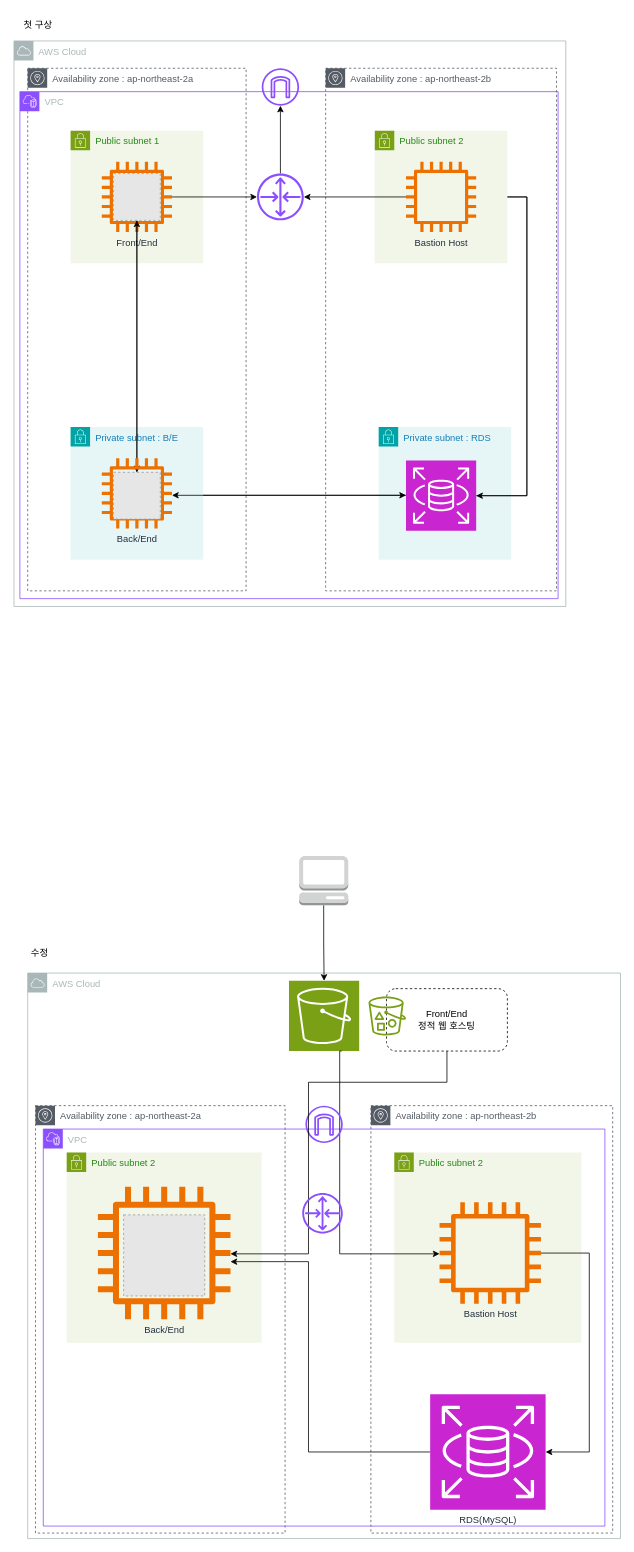
Earlier version of the draw.io diagram 미니프로젝트-3 다이어그램.drawio (moonjichan/sesac_mini_3). Source tidied: cells renumbered, new cells numbered last; positions are measured from the earlier drawing's top-left corner, leaving out a move shared by most shapes. Both pictures are drawn from the tidied source at 78%, with x=0, y=0 at pixel (13, 13). Pictures stored in the file or linked from it are replaced by grey dashed boxes.
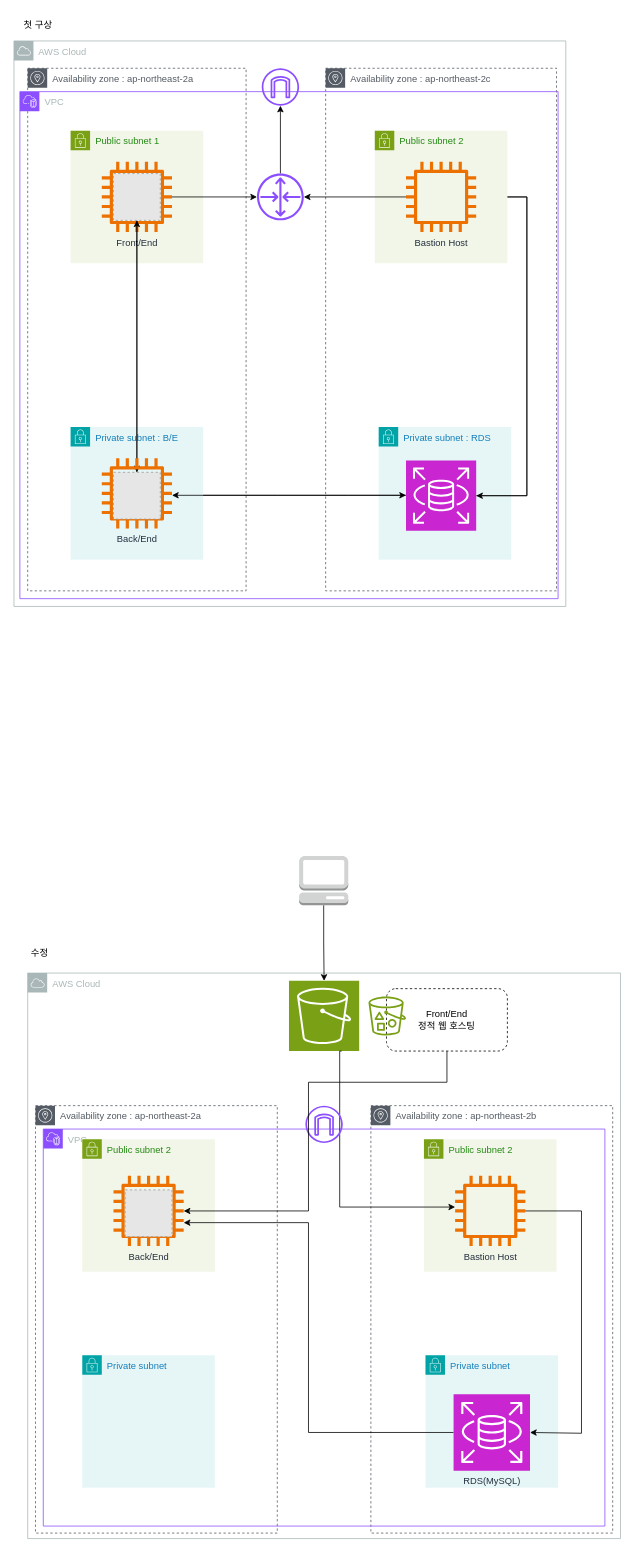
The same diagram, later.

Commit message:
미니프로젝트-3 다이어그램.drawio 업데이트

The change refers to these unchanged cells:
```xml
<mxCell id="36" style="sketch=0;points=[[0,0,0],[0.25,0,0],[0.5,0,0],[0.75,0,0],[1,0,0],[0,1,0],[0.25,1,0],[0.5,1,0],[0.75,1,0],[1,1,0],[0,0.25,0],[0,0.5,0],[0,0.75,0],[1,0.25,0],[1,0.5,0],[1,0.75,0]];outlineConnect=0;fontColor=#232F3E;fillColor=#7AA116;strokeColor=#ffffff;dashed=0;verticalLabelPosition=bottom;verticalAlign=top;align=center;html=1;fontSize=12;fontStyle=0;shape=mxgraph.aws4.resourceIcon;resIcon=mxgraph.aws4.s3;" parent="1" vertex="1">
  <mxGeometry x="353" y="1240" width="90" height="90" as="geometry" />
</mxCell>
<mxCell id="44" value="Front/End&lt;div&gt;정적 웹 호스팅&lt;/div&gt;" style="rounded=1;whiteSpace=wrap;html=1;glass=0;dashed=1;" parent="1" vertex="1">
  <mxGeometry x="478" y="1250" width="155" height="80" as="geometry" />
</mxCell>
```

Change to the diagram source:
```diff
@@
+    <mxCell id="5" value="Availability zone : ap-northeast-2c" style="sketch=0;gradientColor=none;html=1;whiteSpace=wrap;fontSize=12;fontStyle=0;shape=mxgraph.aws4.group;grIcon=mxgraph.aws4.group_availability_zone;strokeColor=#545B64;fillColor=none;verticalAlign=top;align=left;spacingLeft=30;fontColor=#545B64;dashed=1;" parent="1" vertex="1">
+      <mxGeometry x="400" y="70" width="296" height="670" as="geometry" />
+    </mxCell>
+    <mxCell id="4" value="AWS Cloud" style="sketch=0;gradientColor=none;html=1;whiteSpace=wrap;fontSize=12;fontStyle=0;shape=mxgraph.aws4.group;grIcon=mxgraph.aws4.group_aws_cloud;strokeColor=#AAB7B8;fillColor=none;verticalAlign=top;align=left;spacingLeft=30;fontColor=#AAB7B8;dashed=0;" parent="1" vertex="1">
+      <mxGeometry x="18" y="1230" width="760" height="725" as="geometry" />
+    </mxCell>
@@
-    <mxCell id="3" value="Availability zone : ap-northeast-2b" style="sketch=0;gradientColor=none;html=1;whiteSpace=wrap;fontSize=12;fontStyle=0;shape=mxgraph.aws4.group;grIcon=mxgraph.aws4.group_availability_zone;strokeColor=#545B64;fillColor=none;verticalAlign=top;align=left;spacingLeft=30;fontColor=#545B64;dashed=1;" parent="1" vertex="1">
-      <mxGeometry x="458" y="1400" width="310" height="548" as="geometry" />
-    </mxCell>
-    <mxCell id="4" value="AWS Cloud" style="sketch=0;gradientColor=none;html=1;whiteSpace=wrap;fontSize=12;fontStyle=0;shape=mxgraph.aws4.group;grIcon=mxgraph.aws4.group_aws_cloud;strokeColor=#AAB7B8;fillColor=none;verticalAlign=top;align=left;spacingLeft=30;fontColor=#AAB7B8;dashed=0;" parent="1" vertex="1">
-      <mxGeometry x="18" y="1230" width="760" height="725" as="geometry" />
-    </mxCell>
-    <mxCell id="5" value="Availability zone : ap-northeast-2b" style="sketch=0;gradientColor=none;html=1;whiteSpace=wrap;fontSize=12;fontStyle=0;shape=mxgraph.aws4.group;grIcon=mxgraph.aws4.group_availability_zone;strokeColor=#545B64;fillColor=none;verticalAlign=top;align=left;spacingLeft=30;fontColor=#545B64;dashed=1;" parent="1" vertex="1">
-      <mxGeometry x="400" y="70" width="296" height="670" as="geometry" />
-    </mxCell>
@@
     <mxCell id="15" value="Availability zone : ap-northeast-2a" style="sketch=0;gradientColor=none;html=1;whiteSpace=wrap;fontSize=12;fontStyle=0;shape=mxgraph.aws4.group;grIcon=mxgraph.aws4.group_availability_zone;strokeColor=#545B64;fillColor=none;verticalAlign=top;align=left;spacingLeft=30;fontColor=#545B64;dashed=1;" parent="1" vertex="1">
-      <mxGeometry x="28" y="1400" width="320" height="548" as="geometry" />
+      <mxGeometry x="28" y="1400" width="310" height="548" as="geometry" />
     </mxCell>
+    <mxCell id="3" value="Availability zone : ap-northeast-2b" style="sketch=0;gradientColor=none;html=1;whiteSpace=wrap;fontSize=12;fontStyle=0;shape=mxgraph.aws4.group;grIcon=mxgraph.aws4.group_availability_zone;strokeColor=#545B64;fillColor=none;verticalAlign=top;align=left;spacingLeft=30;fontColor=#545B64;dashed=1;" parent="1" vertex="1">
+      <mxGeometry x="458" y="1400" width="310" height="548" as="geometry" />
+    </mxCell>
@@
-    <mxCell id="33" value="RDS(MySQL)" style="sketch=0;points=[[0,0,0],[0.25,0,0],[0.5,0,0],[0.75,0,0],[1,0,0],[0,1,0],[0.25,1,0],[0.5,1,0],[0.75,1,0],[1,1,0],[0,0.25,0],[0,0.5,0],[0,0.75,0],[1,0.25,0],[1,0.5,0],[1,0.75,0]];outlineConnect=0;fontColor=#232F3E;fillColor=#C925D1;strokeColor=#ffffff;dashed=0;verticalLabelPosition=bottom;verticalAlign=top;align=center;html=1;fontSize=12;fontStyle=0;shape=mxgraph.aws4.resourceIcon;resIcon=mxgraph.aws4.rds;" parent="1" vertex="1">
-      <mxGeometry x="534" y="1770" width="148" height="148" as="geometry" />
-    </mxCell>
+    <mxCell id="50" value="Private subnet&amp;nbsp;" style="gradientColor=none;html=1;whiteSpace=wrap;fontSize=12;fontStyle=0;shape=mxgraph.aws4.group;grIcon=mxgraph.aws4.group_security_group;grStroke=0;strokeColor=#00A4A6;fillColor=#E6F6F7;verticalAlign=top;align=left;spacingLeft=30;fontColor=#147EBA;dashed=0;" parent="1" vertex="1">
+      <mxGeometry x="528" y="1720" width="170" height="170" as="geometry" />
+    </mxCell>
+    <mxCell id="51" value="Private subnet&amp;nbsp;" style="gradientColor=none;html=1;whiteSpace=wrap;fontSize=12;fontStyle=0;shape=mxgraph.aws4.group;grIcon=mxgraph.aws4.group_security_group;grStroke=0;strokeColor=#00A4A6;fillColor=#E6F6F7;verticalAlign=top;align=left;spacingLeft=30;fontColor=#147EBA;dashed=0;" parent="1" vertex="1">
+      <mxGeometry x="88" y="1720" width="170" height="170" as="geometry" />
+    </mxCell>
     <mxCell id="34" value="Public subnet 2" style="gradientColor=none;html=1;whiteSpace=wrap;fontSize=12;fontStyle=0;shape=mxgraph.aws4.group;grIcon=mxgraph.aws4.group_security_group;grStroke=0;strokeColor=#7AA116;fillColor=#F2F6E8;verticalAlign=top;align=left;spacingLeft=30;fontColor=#248814;dashed=0;" parent="1" vertex="1">
-      <mxGeometry x="488" y="1460" width="240" height="244" as="geometry" />
+      <mxGeometry x="526" y="1443" width="170" height="170" as="geometry" />
     </mxCell>
     <mxCell id="35" value="Public subnet 2" style="gradientColor=none;html=1;whiteSpace=wrap;fontSize=12;fontStyle=0;shape=mxgraph.aws4.group;grIcon=mxgraph.aws4.group_security_group;grStroke=0;strokeColor=#7AA116;fillColor=#F2F6E8;verticalAlign=top;align=left;spacingLeft=30;fontColor=#248814;dashed=0;" parent="1" vertex="1">
-      <mxGeometry x="68" y="1460" width="250" height="244" as="geometry" />
+      <mxGeometry x="88" y="1443" width="170" height="170" as="geometry" />
     </mxCell>
@@
     <mxCell id="37" style="edgeStyle=orthogonalEdgeStyle;rounded=0;jettySize=auto;html=1;exitX=0.75;exitY=1;exitDx=0;exitDy=0;exitPerimeter=0;" parent="1" edge="1" source="36" target="39">
       <mxGeometry relative="1" as="geometry">
         <Array as="points">
           <mxPoint x="418" y="1330" />
-          <mxPoint x="418" y="1590" />
+          <mxPoint x="418" y="1530" />
         </Array>
       </mxGeometry>
     </mxCell>
@@
     <mxCell id="39" value="Bastion Host" style="sketch=0;outlineConnect=0;fontColor=#232F3E;gradientColor=none;fillColor=#ED7100;strokeColor=none;dashed=0;verticalLabelPosition=bottom;verticalAlign=top;align=center;html=1;fontSize=12;fontStyle=0;shape=mxgraph.aws4.instance2;" parent="1" vertex="1">
-      <mxGeometry x="546" y="1524" width="130" height="130" as="geometry" />
+      <mxGeometry x="566" y="1490" width="90" height="90" as="geometry" />
     </mxCell>
@@
     <mxCell id="42" style="edgeStyle=orthogonalEdgeStyle;rounded=0;jettySize=auto;html=1;entryX=1;entryY=0.5;entryDx=0;entryDy=0;entryPerimeter=0;" parent="1" edge="1" source="39" target="33">
       <mxGeometry relative="1" as="geometry">
         <Array as="points">
-          <mxPoint x="738" y="1589" />
-          <mxPoint x="738" y="1844" />
+          <mxPoint x="728" y="1535" />
+          <mxPoint x="728" y="1820" />
         </Array>
       </mxGeometry>
     </mxCell>
     <mxCell id="43" style="edgeStyle=orthogonalEdgeStyle;rounded=0;jettySize=auto;html=1;" parent="1" edge="1" source="44" target="47">
       <mxGeometry relative="1" as="geometry">
         <Array as="points">
           <mxPoint x="556" y="1370" />
           <mxPoint x="378" y="1370" />
-          <mxPoint x="378" y="1590" />
+          <mxPoint x="378" y="1535" />
         </Array>
       </mxGeometry>
     </mxCell>
@@
     <mxCell id="46" style="edgeStyle=orthogonalEdgeStyle;rounded=0;jettySize=auto;html=1;exitX=0;exitY=0.5;exitDx=0;exitDy=0;exitPerimeter=0;" parent="1" edge="1" source="33" target="47">
       <mxGeometry relative="1" as="geometry">
         <Array as="points">
-          <mxPoint x="378" y="1844" />
-          <mxPoint x="378" y="1600" />
+          <mxPoint x="378" y="1819" />
+          <mxPoint x="378" y="1550" />
         </Array>
       </mxGeometry>
     </mxCell>
     <mxCell id="47" value="Back/End" style="sketch=0;outlineConnect=0;fontColor=#232F3E;gradientColor=none;fillColor=#ED7100;strokeColor=none;dashed=0;verticalLabelPosition=bottom;verticalAlign=top;align=center;html=1;fontSize=12;fontStyle=0;shape=mxgraph.aws4.instance2;" parent="1" vertex="1">
-      <mxGeometry x="108" y="1504" width="170" height="170" as="geometry" />
+      <mxGeometry x="128" y="1490" width="90" height="90" as="geometry" />
     </mxCell>
     <mxCell id="48" style="fillColor=#E6E6E6;strokeColor=#999999;dashed=1;html=1;verticalAlign=top;verticalLabelPosition=bottom;labelBackgroundColor=#ffffff;" parent="1" vertex="1">
-      <mxGeometry x="141" y="1540" width="104" height="104" as="geometry" />
+      <mxGeometry x="143" y="1508" width="60" height="60" as="geometry" />
     </mxCell>
-    <mxCell id="49" style="sketch=0;fontColor=#232F3E;gradientColor=none;fillColor=#8C4FFF;strokeColor=none;dashed=0;verticalLabelPosition=bottom;verticalAlign=top;align=center;html=1;fontSize=12;fontStyle=0;shape=mxgraph.aws4.router;" parent="1" vertex="1">
-      <mxGeometry x="370" y="1512" width="52" height="52" as="geometry" />
-    </mxCell>
+    <mxCell id="33" value="RDS(MySQL)" style="sketch=0;points=[[0,0,0],[0.25,0,0],[0.5,0,0],[0.75,0,0],[1,0,0],[0,1,0],[0.25,1,0],[0.5,1,0],[0.75,1,0],[1,1,0],[0,0.25,0],[0,0.5,0],[0,0.75,0],[1,0.25,0],[1,0.5,0],[1,0.75,0]];outlineConnect=0;fontColor=#232F3E;fillColor=#C925D1;strokeColor=#ffffff;dashed=0;verticalLabelPosition=bottom;verticalAlign=top;align=center;html=1;fontSize=12;fontStyle=0;shape=mxgraph.aws4.resourceIcon;resIcon=mxgraph.aws4.rds;" parent="1" vertex="1">
+      <mxGeometry x="564" y="1770" width="98" height="98" as="geometry" />
+    </mxCell>
```
